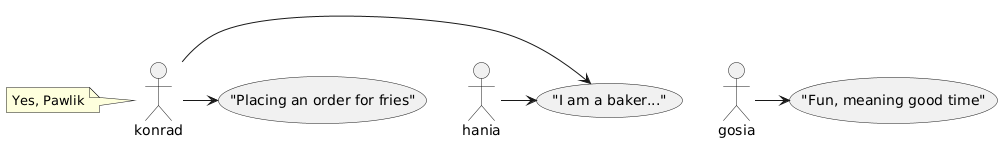
Before: results/usecase_diagram_ver_2.png, a diagram exported from PlantUML (taraneh2abd/compiler-project). Source of this version:
```plantuml
@startuml
usecase ("I am a baker...") as tell_joke
actor :konrad:
note left
Yes, Pawlik
end note
usecase ("Placing an order for fries") as buying
actor :hania:
actor :gosia:
usecase ("Fun, meaning good time") as fun_activity
konrad -> tell_joke
konrad -> buying
hania -> tell_joke
gosia -> fun_activity
@enduml
```
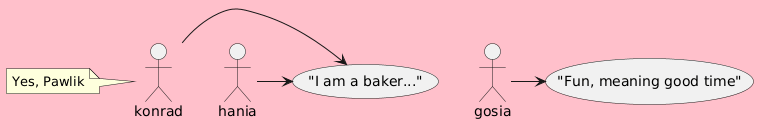
The same file after the commit.

The edit, as a diff of the source:
```diff
@@ -1,15 +1,14 @@
 @startuml
+skinparam backgroundcolor pink
 usecase ("I am a baker...") as tell_joke
 actor :konrad:
 note left
 Yes, Pawlik
 end note
-usecase ("Placing an order for fries") as buying
 actor :hania:
 actor :gosia:
 usecase ("Fun, meaning good time") as fun_activity
 konrad -> tell_joke
-konrad -> buying
 hania -> tell_joke
 gosia -> fun_activity
 @enduml
```
